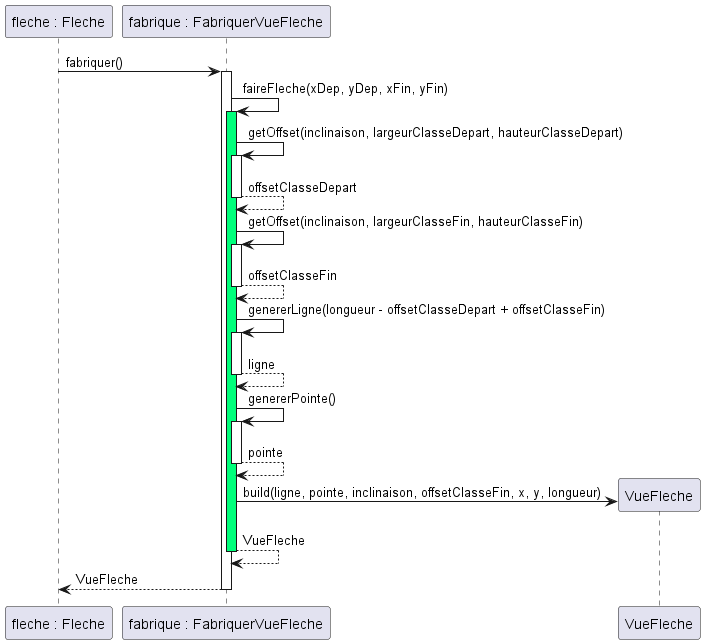
The PlantUML diagram document/4. sprint/DiagrammeSequenceFleche.png in dardenne8u/ObjectAid_SAE, before a commit.
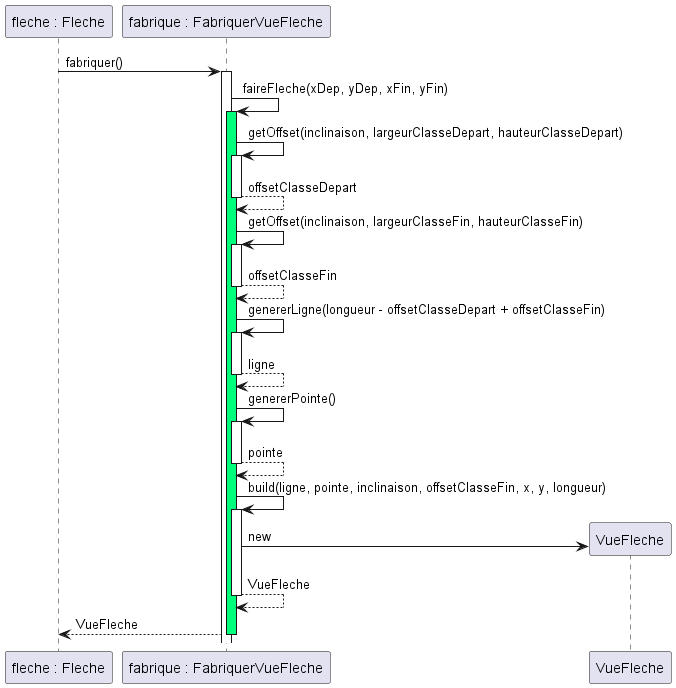
The same file after the commit.

Commit message:
Ajout de diagramme Sequence des flèches

Diff of the diagram source:
```diff
@@ -30,8 +30,11 @@
         deactivate fabrique
 
 
+
+        fabrique -> fabrique : build(ligne, pointe, inclinaison, offsetClasseFin, x, y, longueur)
+        activate fabrique
         create VueFleche
-        fabrique -> VueFleche : build(ligne, pointe, inclinaison, offsetClasseFin, x, y, longueur)
+        fabrique -> VueFleche : new
         fabrique --> fabrique : VueFleche
         deactivate fabrique
 
```
